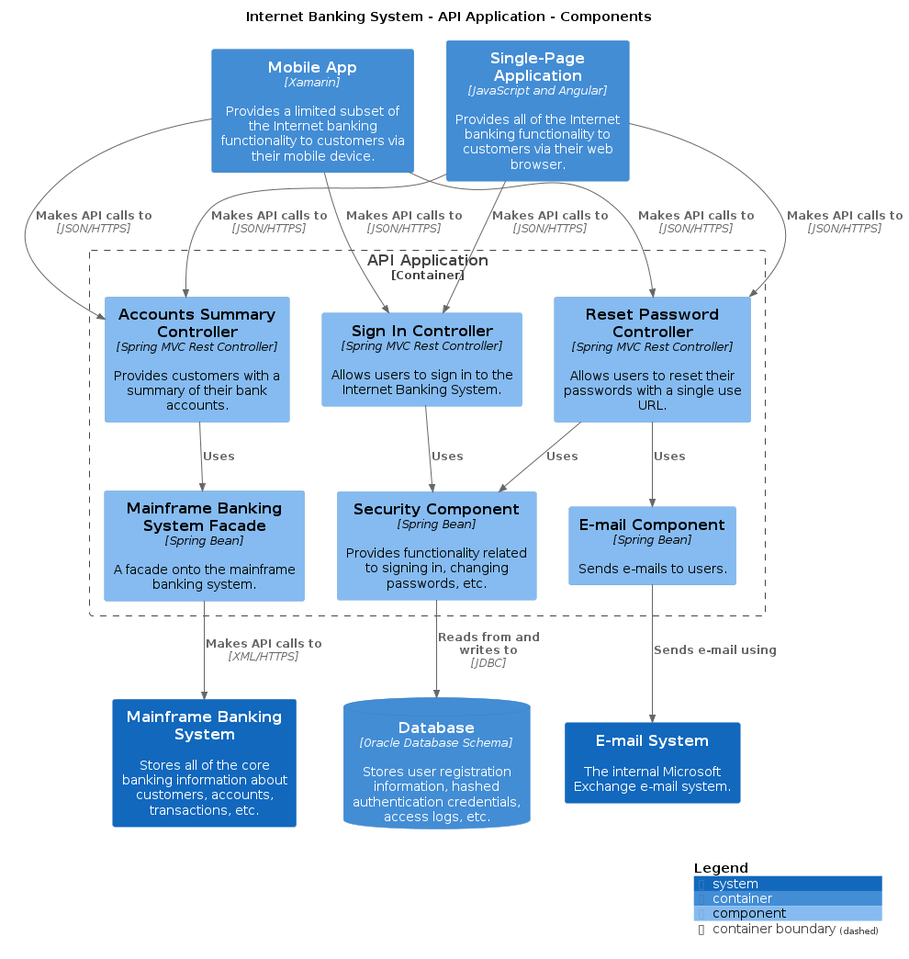
Before: main/png/Components.png, a diagram exported from PlantUML (avisi-cloud/structurizr-site-generatr). The source it was exported from:
```plantuml
@startuml
title Internet Banking System - API Application - Components

top to bottom direction

!include /home/runner/work/structurizr-site-generatr/structurizr-site-generatr/build/puml-cache/C4.puml
!include /home/runner/work/structurizr-site-generatr/structurizr-site-generatr/build/puml-cache/C4_Context.puml
!include /home/runner/work/structurizr-site-generatr/structurizr-site-generatr/build/puml-cache/C4_Container.puml
!include /home/runner/work/structurizr-site-generatr/structurizr-site-generatr/build/puml-cache/C4_Component.puml

System(MainframeBankingSystem, "Mainframe Banking System", "Stores all of the core banking information about customers, accounts, transactions, etc.", $tags="")
System(EmailSystem, "E-mail System", "The internal Microsoft Exchange e-mail system.", $tags="")
ContainerDb(InternetBankingSystem.Database, "Database", "Oracle Database Schema", "Stores user registration information, hashed authentication credentials, access logs, etc.", $tags="")
Container(InternetBankingSystem.SinglePageApplication, "Single-Page Application", "JavaScript and Angular", "Provides all of the Internet banking functionality to customers via their web browser.", $tags="")
Container(InternetBankingSystem.MobileApp, "Mobile App", "Xamarin", "Provides a limited subset of the Internet banking functionality to customers via their mobile device.", $tags="")

Container_Boundary("InternetBankingSystem.APIApplication_boundary", "API Application", $tags="") {
  Component(InternetBankingSystem.APIApplication.SignInController, "Sign In Controller", "Spring MVC Rest Controller", "Allows users to sign in to the Internet Banking System.", $tags="")
  Component(InternetBankingSystem.APIApplication.AccountsSummaryController, "Accounts Summary Controller", "Spring MVC Rest Controller", "Provides customers with a summary of their bank accounts.", $tags="")
  Component(InternetBankingSystem.APIApplication.ResetPasswordController, "Reset Password Controller", "Spring MVC Rest Controller", "Allows users to reset their passwords with a single use URL.", $tags="")
  Component(InternetBankingSystem.APIApplication.SecurityComponent, "Security Component", "Spring Bean", "Provides functionality related to signing in, changing passwords, etc.", $tags="")
  Component(InternetBankingSystem.APIApplication.MainframeBankingSystemFacade, "Mainframe Banking System Facade", "Spring Bean", "A facade onto the mainframe banking system.", $tags="")
  Component(InternetBankingSystem.APIApplication.EmailComponent, "E-mail Component", "Spring Bean", "Sends e-mails to users.", $tags="")
}

Rel_D(InternetBankingSystem.SinglePageApplication, InternetBankingSystem.APIApplication.SignInController, "Makes API calls to", "JSON/HTTPS", $tags="")
Rel_D(InternetBankingSystem.SinglePageApplication, InternetBankingSystem.APIApplication.AccountsSummaryController, "Makes API calls to", "JSON/HTTPS", $tags="")
Rel_D(InternetBankingSystem.SinglePageApplication, InternetBankingSystem.APIApplication.ResetPasswordController, "Makes API calls to", "JSON/HTTPS", $tags="")
Rel_D(InternetBankingSystem.MobileApp, InternetBankingSystem.APIApplication.SignInController, "Makes API calls to", "JSON/HTTPS", $tags="")
Rel_D(InternetBankingSystem.MobileApp, InternetBankingSystem.APIApplication.AccountsSummaryController, "Makes API calls to", "JSON/HTTPS", $tags="")
Rel_D(InternetBankingSystem.MobileApp, InternetBankingSystem.APIApplication.ResetPasswordController, "Makes API calls to", "JSON/HTTPS", $tags="")
Rel_D(InternetBankingSystem.APIApplication.SignInController, InternetBankingSystem.APIApplication.SecurityComponent, "Uses", $tags="")
Rel_D(InternetBankingSystem.APIApplication.AccountsSummaryController, InternetBankingSystem.APIApplication.MainframeBankingSystemFacade, "Uses", $tags="")
Rel_D(InternetBankingSystem.APIApplication.ResetPasswordController, InternetBankingSystem.APIApplication.SecurityComponent, "Uses", $tags="")
Rel_D(InternetBankingSystem.APIApplication.ResetPasswordController, InternetBankingSystem.APIApplication.EmailComponent, "Uses", $tags="")
Rel_D(InternetBankingSystem.APIApplication.SecurityComponent, InternetBankingSystem.Database, "Reads from and writes to", "JDBC", $tags="")
Rel_D(InternetBankingSystem.APIApplication.MainframeBankingSystemFacade, MainframeBankingSystem, "Makes API calls to", "XML/HTTPS", $tags="")
Rel_D(InternetBankingSystem.APIApplication.EmailComponent, EmailSystem, "Sends e-mail using", $tags="")

SHOW_LEGEND(true)
@enduml
```
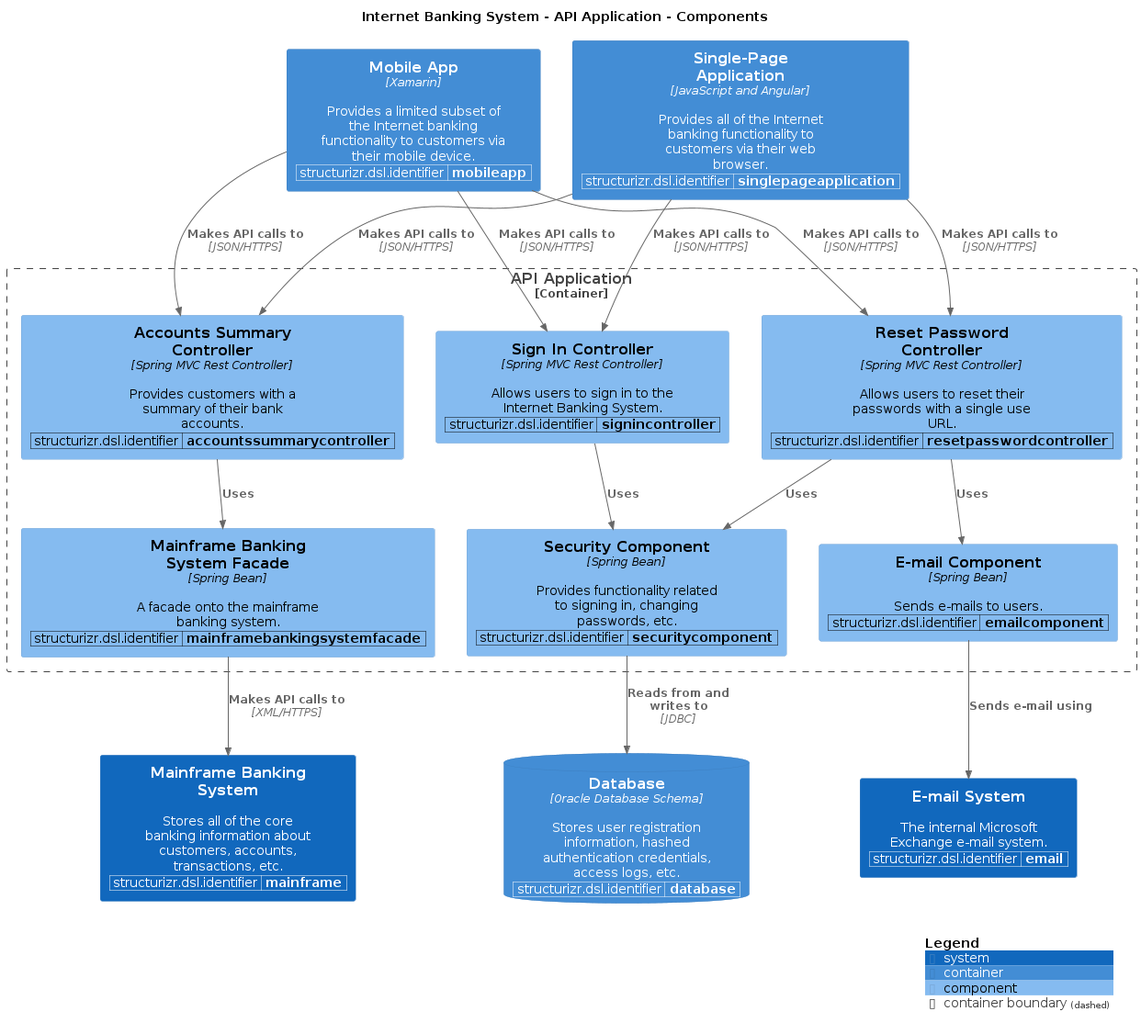
The same diagram one commit later.

The edit, as a diff of the source:
```diff
@@ -1,4 +1,5 @@
 @startuml
+set separator none
 title Internet Banking System - API Application - Components
 
 top to bottom direction
@@ -8,18 +9,40 @@
 !include /home/runner/work/structurizr-site-generatr/structurizr-site-generatr/build/puml-cache/C4_Container.puml
 !include /home/runner/work/structurizr-site-generatr/structurizr-site-generatr/build/puml-cache/C4_Component.puml
 
+WithoutPropertyHeader()
+AddProperty("structurizr.dsl.identifier","mainframe")
 System(MainframeBankingSystem, "Mainframe Banking System", "Stores all of the core banking information about customers, accounts, transactions, etc.", $tags="")
+WithoutPropertyHeader()
+AddProperty("structurizr.dsl.identifier","email")
 System(EmailSystem, "E-mail System", "The internal Microsoft Exchange e-mail system.", $tags="")
+WithoutPropertyHeader()
+AddProperty("structurizr.dsl.identifier","database")
 ContainerDb(InternetBankingSystem.Database, "Database", "Oracle Database Schema", "Stores user registration information, hashed authentication credentials, access logs, etc.", $tags="")
+WithoutPropertyHeader()
+AddProperty("structurizr.dsl.identifier","singlepageapplication")
 Container(InternetBankingSystem.SinglePageApplication, "Single-Page Application", "JavaScript and Angular", "Provides all of the Internet banking functionality to customers via their web browser.", $tags="")
+WithoutPropertyHeader()
+AddProperty("structurizr.dsl.identifier","mobileapp")
 Container(InternetBankingSystem.MobileApp, "Mobile App", "Xamarin", "Provides a limited subset of the Internet banking functionality to customers via their mobile device.", $tags="")
 
 Container_Boundary("InternetBankingSystem.APIApplication_boundary", "API Application", $tags="") {
+  WithoutPropertyHeader()
+  AddProperty("structurizr.dsl.identifier","signincontroller")
   Component(InternetBankingSystem.APIApplication.SignInController, "Sign In Controller", "Spring MVC Rest Controller", "Allows users to sign in to the Internet Banking System.", $tags="")
+  WithoutPropertyHeader()
+  AddProperty("structurizr.dsl.identifier","accountssummarycontroller")
   Component(InternetBankingSystem.APIApplication.AccountsSummaryController, "Accounts Summary Controller", "Spring MVC Rest Controller", "Provides customers with a summary of their bank accounts.", $tags="")
+  WithoutPropertyHeader()
+  AddProperty("structurizr.dsl.identifier","resetpasswordcontroller")
   Component(InternetBankingSystem.APIApplication.ResetPasswordController, "Reset Password Controller", "Spring MVC Rest Controller", "Allows users to reset their passwords with a single use URL.", $tags="")
+  WithoutPropertyHeader()
+  AddProperty("structurizr.dsl.identifier","securitycomponent")
   Component(InternetBankingSystem.APIApplication.SecurityComponent, "Security Component", "Spring Bean", "Provides functionality related to signing in, changing passwords, etc.", $tags="")
+  WithoutPropertyHeader()
+  AddProperty("structurizr.dsl.identifier","mainframebankingsystemfacade")
   Component(InternetBankingSystem.APIApplication.MainframeBankingSystemFacade, "Mainframe Banking System Facade", "Spring Bean", "A facade onto the mainframe banking system.", $tags="")
+  WithoutPropertyHeader()
+  AddProperty("structurizr.dsl.identifier","emailcomponent")
   Component(InternetBankingSystem.APIApplication.EmailComponent, "E-mail Component", "Spring Bean", "Sends e-mails to users.", $tags="")
 }
 
```
